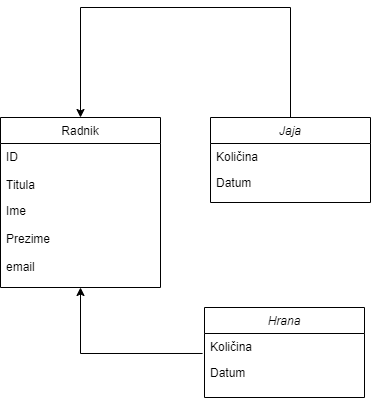
Above: Dokumentacija/Model podataka/model_podataka.png in fox1806/Kokoshinjac (draw.io), before the change. Source tidied: cells renumbered, new cells last; positions are measured from the earlier drawing's top-left corner, leaving out a move shared by most shapes. The source it was exported from:
```xml
<mxGraphModel>
  <root>
    <mxCell id="0" />
    <mxCell id="1" parent="0" />
    <mxCell id="2" style="edgeStyle=orthogonalEdgeStyle;rounded=0;jettySize=auto;html=1;entryX=0.5;entryY=1;entryDx=0;entryDy=0;exitX=-0.012;exitY=0.769;exitDx=0;exitDy=0;exitPerimeter=0;" parent="1" edge="1" source="14" target="4">
      <mxGeometry relative="1" as="geometry" />
    </mxCell>
    <mxCell id="3" style="edgeStyle=orthogonalEdgeStyle;rounded=0;jettySize=auto;html=1;exitX=0.5;exitY=0;exitDx=0;exitDy=0;entryX=0.5;entryY=0;entryDx=0;entryDy=0;" parent="1" edge="1" source="10" target="4">
      <mxGeometry relative="1" as="geometry">
        <Array as="points">
          <mxPoint x="290" />
          <mxPoint x="80" />
        </Array>
      </mxGeometry>
    </mxCell>
    <mxCell id="4" value="Radnik" style="swimlane;fontStyle=0;align=center;verticalAlign=top;horizontal=1;startSize=26;rounded=0;shadow=0;strokeWidth=1;" parent="1" vertex="1">
      <mxGeometry y="110" width="160" height="170" as="geometry" />
    </mxCell>
    <mxCell id="5" value="ID" style="text;align=left;verticalAlign=top;spacingLeft=4;spacingRight=4;overflow=hidden;rounded=0;shadow=0;html=0;" parent="4" vertex="1">
      <mxGeometry y="26" width="160" height="28" as="geometry" />
    </mxCell>
    <mxCell id="6" value="Titula" style="text;align=left;verticalAlign=top;spacingLeft=4;spacingRight=4;overflow=hidden;" parent="4" vertex="1">
      <mxGeometry y="54" width="160" height="26" as="geometry" />
    </mxCell>
    <mxCell id="7" value="Ime" style="text;align=left;verticalAlign=top;spacingLeft=4;spacingRight=4;overflow=hidden;rounded=0;shadow=0;html=0;" parent="4" vertex="1">
      <mxGeometry y="80" width="160" height="28" as="geometry" />
    </mxCell>
    <mxCell id="8" value="Prezime" style="text;align=left;verticalAlign=top;spacingLeft=4;spacingRight=4;overflow=hidden;rounded=0;shadow=0;html=0;" parent="4" vertex="1">
      <mxGeometry y="108" width="160" height="28" as="geometry" />
    </mxCell>
    <mxCell id="9" value="email" style="text;align=left;verticalAlign=top;spacingLeft=4;spacingRight=4;overflow=hidden;rounded=0;shadow=0;html=0;" parent="4" vertex="1">
      <mxGeometry y="136" width="160" height="28" as="geometry" />
    </mxCell>
    <mxCell id="10" value="Jaja" style="swimlane;fontStyle=2;align=center;verticalAlign=top;horizontal=1;startSize=26;rounded=0;shadow=0;strokeWidth=1;" parent="1" vertex="1">
      <mxGeometry x="210" y="110" width="160" height="85" as="geometry" />
    </mxCell>
    <mxCell id="11" value="Količina " style="text;align=left;verticalAlign=top;spacingLeft=4;spacingRight=4;overflow=hidden;" parent="10" vertex="1">
      <mxGeometry y="26" width="160" height="26" as="geometry" />
    </mxCell>
    <mxCell id="12" value="Datum" style="text;align=left;verticalAlign=top;spacingLeft=4;spacingRight=4;overflow=hidden;rounded=0;shadow=0;html=0;" parent="10" vertex="1">
      <mxGeometry y="52" width="160" height="26" as="geometry" />
    </mxCell>
    <mxCell id="13" value="Hrana" style="swimlane;fontStyle=2;align=center;verticalAlign=top;horizontal=1;startSize=26;rounded=0;shadow=0;strokeWidth=1;" parent="1" vertex="1">
      <mxGeometry x="204" y="300" width="160" height="90" as="geometry" />
    </mxCell>
    <mxCell id="14" value="Količina " style="text;align=left;verticalAlign=top;spacingLeft=4;spacingRight=4;overflow=hidden;points=[[0,0.5],[1,0.5]];portConstraint=eastwest;" parent="13" vertex="1">
      <mxGeometry y="26" width="160" height="26" as="geometry" />
    </mxCell>
    <mxCell id="15" value="Datum " style="text;align=left;verticalAlign=top;spacingLeft=4;spacingRight=4;overflow=hidden;rounded=0;shadow=0;html=0;" parent="13" vertex="1">
      <mxGeometry y="52" width="160" height="26" as="geometry" />
    </mxCell>
  </root>
</mxGraphModel>
```
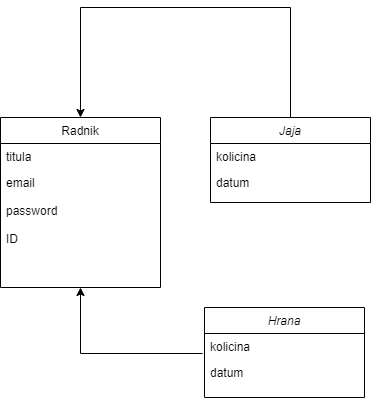
After the change.

Change to the diagram source:
```diff
@@ -2,8 +2,10 @@
   <root>
     <mxCell id="0" />
     <mxCell id="1" parent="0" />
-    <mxCell id="2" style="edgeStyle=orthogonalEdgeStyle;rounded=0;jettySize=auto;html=1;entryX=0.5;entryY=1;entryDx=0;entryDy=0;exitX=-0.012;exitY=0.769;exitDx=0;exitDy=0;exitPerimeter=0;" parent="1" edge="1" source="14" target="4">
-      <mxGeometry relative="1" as="geometry" />
+    <mxCell id="2" style="edgeStyle=orthogonalEdgeStyle;rounded=0;jettySize=auto;html=1;entryX=0.5;entryY=1;entryDx=0;entryDy=0;exitX=-0.012;exitY=0.769;exitDx=0;exitDy=0;exitPerimeter=0;" parent="1" edge="1" target="4">
+      <mxGeometry relative="1" as="geometry">
+        <mxPoint x="202.1" y="346" as="sourcePoint" />
+      </mxGeometry>
     </mxCell>
     <mxCell id="3" style="edgeStyle=orthogonalEdgeStyle;rounded=0;jettySize=auto;html=1;exitX=0.5;exitY=0;exitDx=0;exitDy=0;entryX=0.5;entryY=0;entryDx=0;entryDy=0;" parent="1" edge="1" source="10" target="4">
       <mxGeometry relative="1" as="geometry">
@@ -16,38 +18,35 @@
     <mxCell id="4" value="Radnik" style="swimlane;fontStyle=0;align=center;verticalAlign=top;horizontal=1;startSize=26;rounded=0;shadow=0;strokeWidth=1;" parent="1" vertex="1">
       <mxGeometry y="110" width="160" height="170" as="geometry" />
     </mxCell>
+    <mxCell id="6" value="titula" style="text;align=left;verticalAlign=top;spacingLeft=4;spacingRight=4;overflow=hidden;" parent="4" vertex="1">
+      <mxGeometry y="26" width="160" height="26" as="geometry" />
+    </mxCell>
+    <mxCell id="9" value="email" style="text;align=left;verticalAlign=top;spacingLeft=4;spacingRight=4;overflow=hidden;rounded=0;shadow=0;html=0;" parent="4" vertex="1">
+      <mxGeometry y="52" width="160" height="28" as="geometry" />
+    </mxCell>
+    <mxCell id="16" value="password" style="text;align=left;verticalAlign=top;spacingLeft=4;spacingRight=4;overflow=hidden;rounded=0;shadow=0;html=0;" parent="4" vertex="1">
+      <mxGeometry y="80" width="160" height="28" as="geometry" />
+    </mxCell>
     <mxCell id="5" value="ID" style="text;align=left;verticalAlign=top;spacingLeft=4;spacingRight=4;overflow=hidden;rounded=0;shadow=0;html=0;" parent="4" vertex="1">
-      <mxGeometry y="26" width="160" height="28" as="geometry" />
+      <mxGeometry y="108" width="160" height="28" as="geometry" />
     </mxCell>
-    <mxCell id="6" value="Titula" style="text;align=left;verticalAlign=top;spacingLeft=4;spacingRight=4;overflow=hidden;" parent="4" vertex="1">
-      <mxGeometry y="54" width="160" height="26" as="geometry" />
-    </mxCell>
-    <mxCell id="7" value="Ime" style="text;align=left;verticalAlign=top;spacingLeft=4;spacingRight=4;overflow=hidden;rounded=0;shadow=0;html=0;" parent="4" vertex="1">
-      <mxGeometry y="80" width="160" height="28" as="geometry" />
-    </mxCell>
-    <mxCell id="8" value="Prezime" style="text;align=left;verticalAlign=top;spacingLeft=4;spacingRight=4;overflow=hidden;rounded=0;shadow=0;html=0;" parent="4" vertex="1">
-      <mxGeometry y="108" width="160" height="28" as="geometry" />
-    </mxCell>
-    <mxCell id="9" value="email" style="text;align=left;verticalAlign=top;spacingLeft=4;spacingRight=4;overflow=hidden;rounded=0;shadow=0;html=0;" parent="4" vertex="1">
-      <mxGeometry y="136" width="160" height="28" as="geometry" />
-    </mxCell>
     <mxCell id="10" value="Jaja" style="swimlane;fontStyle=2;align=center;verticalAlign=top;horizontal=1;startSize=26;rounded=0;shadow=0;strokeWidth=1;" parent="1" vertex="1">
       <mxGeometry x="210" y="110" width="160" height="85" as="geometry" />
     </mxCell>
-    <mxCell id="11" value="Količina " style="text;align=left;verticalAlign=top;spacingLeft=4;spacingRight=4;overflow=hidden;" parent="10" vertex="1">
+    <mxCell id="11" value="kolicina" style="text;align=left;verticalAlign=top;spacingLeft=4;spacingRight=4;overflow=hidden;" parent="10" vertex="1">
       <mxGeometry y="26" width="160" height="26" as="geometry" />
     </mxCell>
-    <mxCell id="12" value="Datum" style="text;align=left;verticalAlign=top;spacingLeft=4;spacingRight=4;overflow=hidden;rounded=0;shadow=0;html=0;" parent="10" vertex="1">
+    <mxCell id="12" value="datum&#10;" style="text;align=left;verticalAlign=top;spacingLeft=4;spacingRight=4;overflow=hidden;rounded=0;shadow=0;html=0;" parent="10" vertex="1">
       <mxGeometry y="52" width="160" height="26" as="geometry" />
     </mxCell>
     <mxCell id="13" value="Hrana" style="swimlane;fontStyle=2;align=center;verticalAlign=top;horizontal=1;startSize=26;rounded=0;shadow=0;strokeWidth=1;" parent="1" vertex="1">
       <mxGeometry x="204" y="300" width="160" height="90" as="geometry" />
     </mxCell>
-    <mxCell id="14" value="Količina " style="text;align=left;verticalAlign=top;spacingLeft=4;spacingRight=4;overflow=hidden;points=[[0,0.5],[1,0.5]];portConstraint=eastwest;" parent="13" vertex="1">
-      <mxGeometry y="26" width="160" height="26" as="geometry" />
-    </mxCell>
-    <mxCell id="15" value="Datum " style="text;align=left;verticalAlign=top;spacingLeft=4;spacingRight=4;overflow=hidden;rounded=0;shadow=0;html=0;" parent="13" vertex="1">
-      <mxGeometry y="52" width="160" height="26" as="geometry" />
-    </mxCell>
+    <mxCell id="17" value="kolicina" style="text;align=left;verticalAlign=top;spacingLeft=4;spacingRight=4;overflow=hidden;" parent="13" vertex="1">
+      <mxGeometry y="26" width="160" height="26" as="geometry" />
+    </mxCell>
+    <mxCell id="18" value="datum&#10;" style="text;align=left;verticalAlign=top;spacingLeft=4;spacingRight=4;overflow=hidden;rounded=0;shadow=0;html=0;" parent="13" vertex="1">
+      <mxGeometry y="52" width="160" height="26" as="geometry" />
+    </mxCell>
   </root>
 </mxGraphModel>
```
